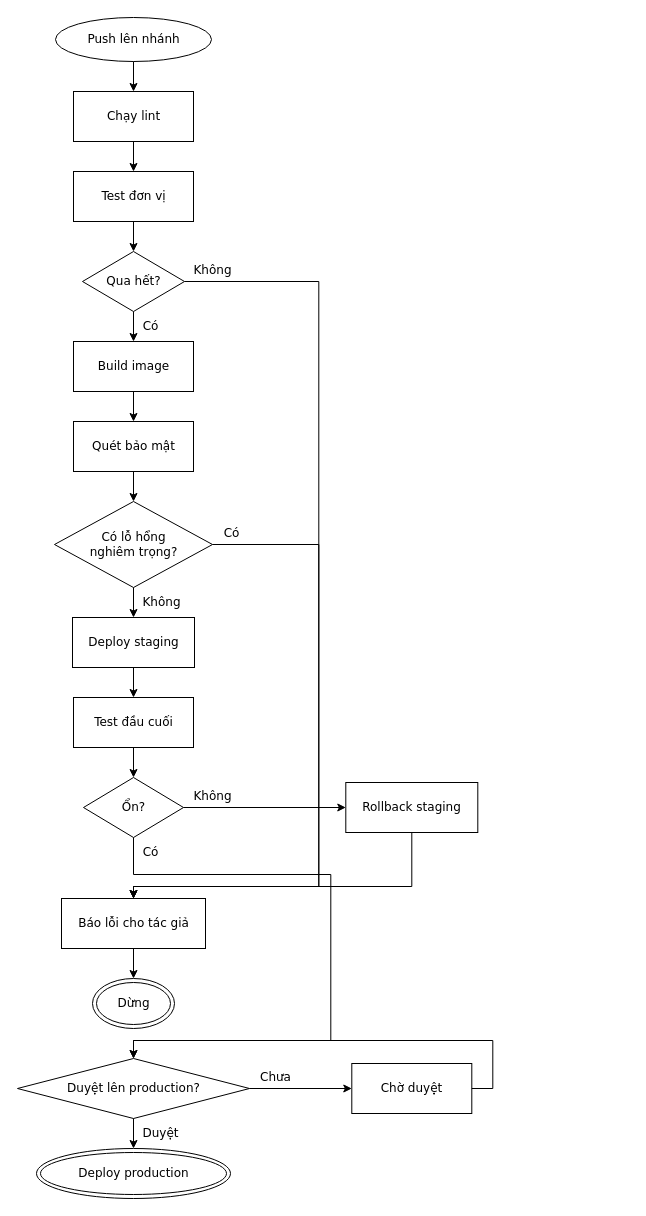
The draw.io diagram conformance/golden/mermaid/03-ci.drawio in luytbq/flowcast, before the edit. Source tidied: cells renumbered, new cells numbered last; positions are measured from the earlier drawing's top-left corner, leaving out a move shared by most shapes. Both pictures are drawn from the tidied source at 100%, with x=0, y=0 at pixel (17, 17).
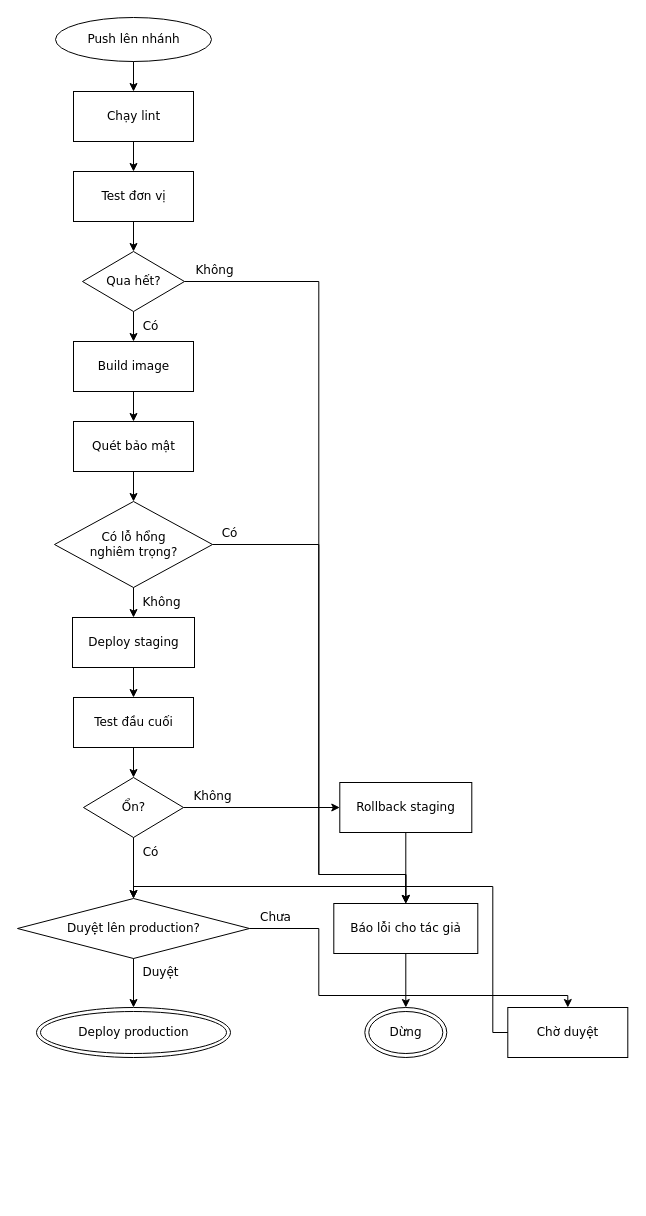
The same page after the edit.

Unchanged cells that the change refers to:
```xml
<mxCell id="5" value="Qua hết?" style="rhombus;html=1;fontFamily=Verdana;fontSize=12;flowtable=1;" parent="1" vertex="1">
  <mxGeometry x="65" y="234" width="102" height="60" as="geometry" />
</mxCell>
<mxCell id="8" value="Có lỗ hổng&lt;br&gt;nghiêm trọng?" style="rhombus;html=1;fontFamily=Verdana;fontSize=12;flowtable=1;" parent="1" vertex="1">
  <mxGeometry x="37" y="484" width="158" height="86" as="geometry" />
</mxCell>
<mxCell id="11" value="Ổn?" style="rhombus;html=1;fontFamily=Verdana;fontSize=12;flowtable=1;" parent="1" vertex="1">
  <mxGeometry x="66" y="760" width="100" height="60" as="geometry" />
</mxCell>
```

What changed in the source:
```diff
@@
     <mxCell id="12" value="Rollback staging" style="rounded=0;html=1;fontFamily=Verdana;fontSize=12;flowtable=1;" parent="1" vertex="1">
-      <mxGeometry x="328.3" y="765" width="132" height="50" as="geometry" />
+      <mxGeometry x="322.3" y="765" width="132" height="50" as="geometry" />
     </mxCell>
     <mxCell id="13" value="Báo lỗi cho tác giả" style="rounded=0;html=1;fontFamily=Verdana;fontSize=12;flowtable=1;" parent="1" vertex="1">
-      <mxGeometry x="44" y="881" width="144" height="50" as="geometry" />
+      <mxGeometry x="316.3" y="886" width="144" height="50" as="geometry" />
     </mxCell>
     <mxCell id="14" value="Dừng" style="shape=doubleEllipse;html=1;fontFamily=Verdana;fontSize=12;flowtable=1;" parent="1" vertex="1">
-      <mxGeometry x="75" y="961" width="82" height="50" as="geometry" />
+      <mxGeometry x="347.3" y="990" width="82" height="50" as="geometry" />
     </mxCell>
     <mxCell id="15" value="Duyệt lên production?" style="rhombus;html=1;fontFamily=Verdana;fontSize=12;flowtable=1;" parent="1" vertex="1">
-      <mxGeometry y="1041" width="232" height="60" as="geometry" />
+      <mxGeometry y="881" width="232" height="60" as="geometry" />
     </mxCell>
     <mxCell id="16" value="Chờ duyệt" style="rounded=0;html=1;fontFamily=Verdana;fontSize=12;flowtable=1;" parent="1" vertex="1">
-      <mxGeometry x="334.3" y="1046" width="120" height="50" as="geometry" />
+      <mxGeometry x="490.3" y="990" width="120" height="50" as="geometry" />
     </mxCell>
     <mxCell id="17" value="Deploy production" style="shape=doubleEllipse;html=1;fontFamily=Verdana;fontSize=12;flowtable=1;" parent="1" vertex="1">
-      <mxGeometry x="19" y="1131" width="194" height="50" as="geometry" />
+      <mxGeometry x="19" y="990" width="194" height="50" as="geometry" />
     </mxCell>
@@
     <mxCell id="21" value="Không" style="edgeStyle=orthogonalEdgeStyle;rounded=0;jettySize=auto;html=1;labelBackgroundColor=default;exitX=1;exitY=0.5;exitDx=0;exitDy=0;entryX=0.5;entryY=0;entryDx=0;entryDy=0;fontFamily=Verdana;fontSize=12;flowtable=1;" parent="1" edge="1" source="5" target="13">
-      <mxGeometry x="-0.94" relative="1" as="geometry">
+      <mxGeometry x="-0.93" relative="1" as="geometry">
         <Array as="points">
           <mxPoint x="301.3" y="264" />
-          <mxPoint x="301.3" y="869" />
-          <mxPoint x="116" y="869" />
+          <mxPoint x="301.3" y="857" />
+          <mxPoint x="388.3" y="857" />
         </Array>
         <mxPoint y="-11.5" as="offset" />
       </mxGeometry>
     </mxCell>
@@
     <mxCell id="25" value="Có" style="edgeStyle=orthogonalEdgeStyle;rounded=0;jettySize=auto;html=1;labelBackgroundColor=default;exitX=1;exitY=0.5;exitDx=0;exitDy=0;entryX=0.5;entryY=0;entryDx=0;entryDy=0;fontFamily=Verdana;fontSize=12;flowtable=1;" parent="1" edge="1" source="8" target="13">
       <mxGeometry x="-0.94" relative="1" as="geometry">
         <Array as="points">
           <mxPoint x="301.3" y="527" />
-          <mxPoint x="301.3" y="869" />
-          <mxPoint x="116" y="869" />
+          <mxPoint x="301.3" y="857" />
+          <mxPoint x="388.3" y="857" />
         </Array>
         <mxPoint y="-11.5" as="offset" />
       </mxGeometry>
     </mxCell>
@@
     <mxCell id="29" value="Không" style="edgeStyle=orthogonalEdgeStyle;rounded=0;jettySize=auto;html=1;labelBackgroundColor=default;exitX=1;exitY=0.5;exitDx=0;exitDy=0;entryX=0;entryY=0.5;entryDx=0;entryDy=0;fontFamily=Verdana;fontSize=12;flowtable=1;" parent="1" edge="1" source="11" target="12">
-      <mxGeometry x="-0.64" relative="1" as="geometry">
+      <mxGeometry x="-0.63" relative="1" as="geometry">
         <mxPoint y="-11.5" as="offset" />
       </mxGeometry>
     </mxCell>
     <mxCell id="30" value="Có" style="edgeStyle=orthogonalEdgeStyle;rounded=0;jettySize=auto;html=1;labelBackgroundColor=default;exitX=0.5;exitY=1;exitDx=0;exitDy=0;entryX=0.5;entryY=0;entryDx=0;entryDy=0;fontFamily=Verdana;fontSize=12;flowtable=1;" parent="1" edge="1" source="11" target="15">
-      <mxGeometry x="-0.95" relative="1" as="geometry">
-        <Array as="points">
-          <mxPoint x="116" y="857" />
-          <mxPoint x="313.3" y="857" />
-          <mxPoint x="313.3" y="1023" />
-          <mxPoint x="116" y="1023" />
-        </Array>
+      <mxGeometry x="-0.52" relative="1" as="geometry">
         <mxPoint x="16.8" as="offset" />
       </mxGeometry>
     </mxCell>
     <mxCell id="31" style="edgeStyle=orthogonalEdgeStyle;rounded=0;jettySize=auto;html=1;labelBackgroundColor=default;exitX=0.5;exitY=1;exitDx=0;exitDy=0;entryX=0.5;entryY=0;entryDx=0;entryDy=0;fontFamily=Verdana;fontSize=12;flowtable=1;" parent="1" edge="1" source="12" target="13">
-      <mxGeometry relative="1" as="geometry">
-        <Array as="points">
-          <mxPoint x="394.3" y="869" />
-          <mxPoint x="116" y="869" />
-        </Array>
-      </mxGeometry>
+      <mxGeometry relative="1" as="geometry" />
     </mxCell>
@@
-    <mxCell id="33" value="Chưa" style="edgeStyle=orthogonalEdgeStyle;rounded=0;jettySize=auto;html=1;labelBackgroundColor=default;exitX=1;exitY=0.5;exitDx=0;exitDy=0;entryX=0;entryY=0.5;entryDx=0;entryDy=0;fontFamily=Verdana;fontSize=12;flowtable=1;" parent="1" edge="1" source="15" target="16">
-      <mxGeometry x="-0.5" relative="1" as="geometry">
+    <mxCell id="33" value="Chưa" style="edgeStyle=orthogonalEdgeStyle;rounded=0;jettySize=auto;html=1;labelBackgroundColor=default;exitX=1;exitY=0.5;exitDx=0;exitDy=0;entryX=0.5;entryY=0;entryDx=0;entryDy=0;fontFamily=Verdana;fontSize=12;flowtable=1;" parent="1" edge="1" source="15" target="16">
+      <mxGeometry x="-0.87" relative="1" as="geometry">
+        <Array as="points">
+          <mxPoint x="301.3" y="911" />
+          <mxPoint x="301.3" y="978" />
+          <mxPoint x="550.3" y="978" />
+        </Array>
         <mxPoint y="-11.5" as="offset" />
       </mxGeometry>
     </mxCell>
     <mxCell id="34" value="Duyệt" style="edgeStyle=orthogonalEdgeStyle;rounded=0;jettySize=auto;html=1;labelBackgroundColor=default;exitX=0.5;exitY=1;exitDx=0;exitDy=0;entryX=0.5;entryY=0;entryDx=0;entryDy=0;fontFamily=Verdana;fontSize=12;flowtable=1;" parent="1" edge="1" source="15" target="17">
-      <mxGeometry x="-0.03" relative="1" as="geometry">
+      <mxGeometry x="-0.41" relative="1" as="geometry">
         <mxPoint x="26.9" as="offset" />
       </mxGeometry>
     </mxCell>
-    <mxCell id="35" style="edgeStyle=orthogonalEdgeStyle;rounded=0;jettySize=auto;html=1;labelBackgroundColor=default;exitX=1;exitY=0.5;exitDx=0;exitDy=0;entryX=0.5;entryY=0;entryDx=0;entryDy=0;fontFamily=Verdana;fontSize=12;flowtable=1;" parent="1" edge="1" source="16" target="15">
+    <mxCell id="35" style="edgeStyle=orthogonalEdgeStyle;rounded=0;jettySize=auto;html=1;labelBackgroundColor=default;exitX=0;exitY=0.5;exitDx=0;exitDy=0;entryX=0.5;entryY=0;entryDx=0;entryDy=0;fontFamily=Verdana;fontSize=12;flowtable=1;" parent="1" edge="1" source="16" target="15">
       <mxGeometry relative="1" as="geometry">
         <Array as="points">
-          <mxPoint x="475.3" y="1071" />
-          <mxPoint x="475.3" y="1023" />
-          <mxPoint x="116" y="1023" />
+          <mxPoint x="475.3" y="1015" />
+          <mxPoint x="475.3" y="869" />
+          <mxPoint x="116" y="869" />
         </Array>
       </mxGeometry>
     </mxCell>
```
